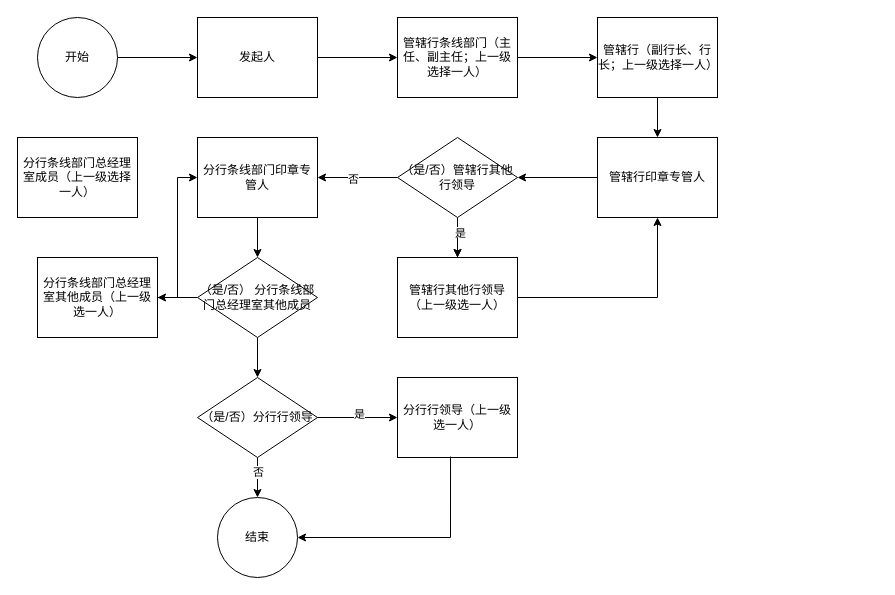
Above: 网点行发起.drawio in ILdove/Hawk-Fast-Work (draw.io), before the change. Source tidied: cells renumbered, new cells numbered last; positions are measured from the earlier drawing's top-left corner, leaving out a move shared by most shapes. Both pictures are drawn from the tidied source at 100%, with x=0, y=0 at pixel (17, 17).
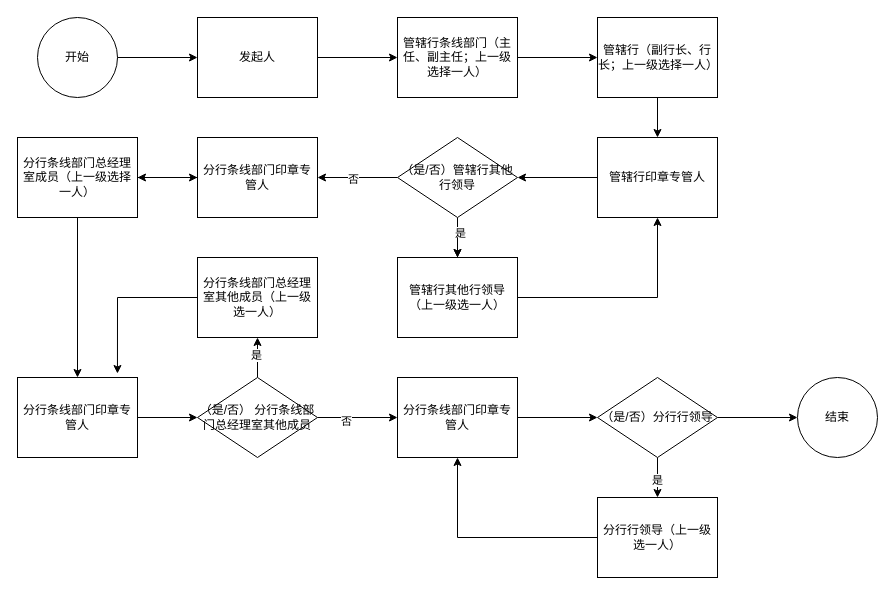
The same page after the edit.

Commit message:
更新网点行发起.drawio

The change refers to these unchanged cells:
```xml
<mxCell id="21" value="&lt;p class=&quot;MsoNormal&quot;&gt;&lt;font face=&quot;宋体&quot;&gt;分行条线部门印章专管人&lt;/font&gt;&lt;/p&gt;" style="rounded=0;whiteSpace=wrap;html=1;" parent="1" vertex="1">
  <mxGeometry x="180" y="120" width="120" height="80" as="geometry" />
</mxCell>
<mxCell id="29" value="&lt;p class=&quot;MsoNormal&quot;&gt;分行条线部门总经理室成员（上一级选择一人）&lt;br&gt;&lt;/p&gt;" style="rounded=0;whiteSpace=wrap;html=1;" parent="1" vertex="1">
  <mxGeometry y="120" width="120" height="80" as="geometry" />
</mxCell>
```

Change to the diagram source:
```diff
@@
-    <mxCell id="20" style="edgeStyle=orthogonalEdgeStyle;rounded=0;jettySize=auto;html=1;entryX=0.5;entryY=0;entryDx=0;entryDy=0;" parent="1" edge="1" source="21" target="24">
-      <mxGeometry relative="1" as="geometry" />
-    </mxCell>
+    <mxCell id="36" style="edgeStyle=orthogonalEdgeStyle;rounded=0;jettySize=auto;html=1;entryX=1;entryY=0.5;entryDx=0;entryDy=0;" parent="1" edge="1" source="21" target="29">
+      <mxGeometry relative="1" as="geometry">
+        <Array as="points">
+          <mxPoint x="140" y="160" />
+          <mxPoint x="140" y="160" />
+        </Array>
+      </mxGeometry>
+    </mxCell>
@@
+    <mxCell id="37" style="edgeStyle=orthogonalEdgeStyle;rounded=0;jettySize=auto;html=1;entryX=0;entryY=0.5;entryDx=0;entryDy=0;" parent="1" edge="1" source="24" target="47">
+      <mxGeometry relative="1" as="geometry" />
+    </mxCell>
+    <mxCell id="33" value="否" style="edgeLabel;html=1;align=center;verticalAlign=middle;" parent="37" vertex="1">
+      <mxGeometry x="-0.3" y="-3" relative="1" as="geometry" />
+    </mxCell>
-    <mxCell id="22" style="edgeStyle=orthogonalEdgeStyle;rounded=0;jettySize=auto;html=1;" parent="1" edge="1" source="24" target="26">
+    <mxCell id="22" style="edgeStyle=orthogonalEdgeStyle;rounded=0;jettySize=auto;html=1;entryX=0.5;entryY=1;entryDx=0;entryDy=0;" parent="1" edge="1" source="24" target="26">
       <mxGeometry relative="1" as="geometry" />
     </mxCell>
-    <mxCell id="23" style="edgeStyle=orthogonalEdgeStyle;rounded=0;jettySize=auto;html=1;entryX=0.5;entryY=0;entryDx=0;entryDy=0;" parent="1" edge="1" source="24" target="34">
-      <mxGeometry relative="1" as="geometry" />
-    </mxCell>
+    <mxCell id="38" value="是" style="edgeLabel;html=1;align=center;verticalAlign=middle;" parent="22" vertex="1">
+      <mxGeometry x="0.15" y="2" relative="1" as="geometry" />
+    </mxCell>
     <mxCell id="24" value="&lt;p class=&quot;MsoNormal&quot;&gt;&lt;font face=&quot;宋体&quot;&gt;（是&lt;/font&gt;&lt;font face=&quot;宋体&quot;&gt;/否） 分行条线部门总经理室其他成员&lt;/font&gt;&lt;/p&gt;" style="rhombus;whiteSpace=wrap;html=1;" parent="1" vertex="1">
-      <mxGeometry x="180" y="240" width="120" height="80" as="geometry" />
+      <mxGeometry x="180" y="360" width="120" height="80" as="geometry" />
     </mxCell>
-    <mxCell id="25" style="edgeStyle=orthogonalEdgeStyle;rounded=0;jettySize=auto;html=1;entryX=0;entryY=0.5;entryDx=0;entryDy=0;" parent="1" edge="1" source="26" target="21">
-      <mxGeometry relative="1" as="geometry" />
-    </mxCell>
     <mxCell id="26" value="&lt;p class=&quot;MsoNormal&quot;&gt;分行条线部门总经理室其他成员（上一级选一人）&lt;/p&gt;" style="rounded=0;whiteSpace=wrap;html=1;" parent="1" vertex="1">
-      <mxGeometry x="20" y="240" width="120" height="80" as="geometry" />
+      <mxGeometry x="180" y="240" width="120" height="80" as="geometry" />
     </mxCell>
+    <mxCell id="39" style="edgeStyle=orthogonalEdgeStyle;rounded=0;jettySize=auto;html=1;entryX=0.5;entryY=1;entryDx=0;entryDy=0;" parent="1" edge="1" source="27" target="47">
+      <mxGeometry relative="1" as="geometry" />
+    </mxCell>
     <mxCell id="27" value="分行行领导（上一级选一人）" style="rounded=0;whiteSpace=wrap;html=1;" parent="1" vertex="1">
-      <mxGeometry x="380" y="360" width="120" height="80" as="geometry" />
+      <mxGeometry x="580" y="480" width="120" height="80" as="geometry" />
     </mxCell>
     <mxCell id="28" value="结束" style="ellipse;whiteSpace=wrap;html=1;" parent="1" vertex="1">
-      <mxGeometry x="200" y="480" width="80" height="80" as="geometry" />
+      <mxGeometry x="780" y="360" width="80" height="80" as="geometry" />
     </mxCell>
+    <mxCell id="40" style="edgeStyle=orthogonalEdgeStyle;rounded=0;jettySize=auto;html=1;exitX=1;exitY=0.5;exitDx=0;exitDy=0;" parent="1" edge="1" source="29">
+      <mxGeometry relative="1" as="geometry">
+        <mxPoint x="180" y="160" as="targetPoint" />
+      </mxGeometry>
+    </mxCell>
+    <mxCell id="41" style="edgeStyle=orthogonalEdgeStyle;rounded=0;jettySize=auto;html=1;entryX=0.5;entryY=0;entryDx=0;entryDy=0;" parent="1" edge="1" source="29" target="44">
+      <mxGeometry relative="1" as="geometry" />
+    </mxCell>
@@
+    <mxCell id="32" style="edgeStyle=orthogonalEdgeStyle;rounded=0;jettySize=auto;html=1;entryX=0;entryY=0.5;entryDx=0;entryDy=0;" parent="1" edge="1" source="34" target="28">
+      <mxGeometry relative="1" as="geometry" />
+    </mxCell>
-    <mxCell id="30" style="edgeStyle=orthogonalEdgeStyle;rounded=0;jettySize=auto;html=1;entryX=0;entryY=0.5;entryDx=0;entryDy=0;" parent="1" edge="1" source="34" target="27">
+    <mxCell id="30" style="edgeStyle=orthogonalEdgeStyle;rounded=0;jettySize=auto;html=1;entryX=0.5;entryY=0;entryDx=0;entryDy=0;" parent="1" edge="1" source="34" target="27">
       <mxGeometry relative="1" as="geometry" />
     </mxCell>
-    <mxCell id="31" value="是" style="edgeLabel;html=1;align=center;verticalAlign=middle;" parent="30" vertex="1">
-      <mxGeometry x="0.03" y="4" relative="1" as="geometry" />
-    </mxCell>
-    <mxCell id="32" style="edgeStyle=orthogonalEdgeStyle;rounded=0;jettySize=auto;html=1;entryX=0.5;entryY=0;entryDx=0;entryDy=0;" parent="1" edge="1" source="34" target="28">
-      <mxGeometry relative="1" as="geometry" />
-    </mxCell>
-    <mxCell id="33" value="否" style="edgeLabel;html=1;align=center;verticalAlign=middle;" parent="32" vertex="1">
-      <mxGeometry x="-0.3" relative="1" as="geometry" />
-    </mxCell>
+    <mxCell id="42" value="是" style="edgeLabel;html=1;align=center;verticalAlign=middle;" parent="30" vertex="1">
+      <mxGeometry x="0.1" y="-1" relative="1" as="geometry" />
+    </mxCell>
     <mxCell id="34" value="&lt;p class=&quot;MsoNormal&quot;&gt;&lt;font face=&quot;宋体&quot;&gt;（是&lt;/font&gt;&lt;font face=&quot;宋体&quot;&gt;/否）分行行领导&lt;/font&gt;&lt;/p&gt;" style="rhombus;whiteSpace=wrap;html=1;" parent="1" vertex="1">
-      <mxGeometry x="180" y="360" width="120" height="80" as="geometry" />
+      <mxGeometry x="580" y="360" width="120" height="80" as="geometry" />
     </mxCell>
-    <mxCell id="35" style="endArrow=classic;html=1;rounded=0;entryX=1;entryY=0.5;entryDx=0;entryDy=0;exitX=0.442;exitY=0.988;exitDx=0;exitDy=0;exitPerimeter=0;" parent="1" edge="1" source="27" target="28">
-      <mxGeometry relative="1" as="geometry">
-        <Array as="points">
-          <mxPoint x="433" y="520" />
-        </Array>
-      </mxGeometry>
-    </mxCell>
+    <mxCell id="43" style="edgeStyle=orthogonalEdgeStyle;rounded=0;jettySize=auto;html=1;" parent="1" edge="1" source="44" target="24">
+      <mxGeometry relative="1" as="geometry" />
+    </mxCell>
+    <mxCell id="44" value="&lt;p class=&quot;MsoNormal&quot;&gt;&lt;font face=&quot;宋体&quot;&gt;分行条线部门印章专管人&lt;/font&gt;&lt;/p&gt;" style="rounded=0;whiteSpace=wrap;html=1;" parent="1" vertex="1">
+      <mxGeometry y="360" width="120" height="80" as="geometry" />
+    </mxCell>
+    <mxCell id="45" style="edgeStyle=orthogonalEdgeStyle;rounded=0;jettySize=auto;html=1;entryX=0.833;entryY=-0.05;entryDx=0;entryDy=0;entryPerimeter=0;" parent="1" edge="1" source="26" target="44">
+      <mxGeometry relative="1" as="geometry" />
+    </mxCell>
+    <mxCell id="46" style="edgeStyle=orthogonalEdgeStyle;rounded=0;jettySize=auto;html=1;entryX=0;entryY=0.5;entryDx=0;entryDy=0;" parent="1" edge="1" source="47" target="34">
+      <mxGeometry relative="1" as="geometry" />
+    </mxCell>
+    <mxCell id="47" value="&lt;p class=&quot;MsoNormal&quot;&gt;&lt;font face=&quot;宋体&quot;&gt;分行条线部门印章专管人&lt;/font&gt;&lt;/p&gt;" style="rounded=0;whiteSpace=wrap;html=1;" parent="1" vertex="1">
+      <mxGeometry x="380" y="360" width="120" height="80" as="geometry" />
+    </mxCell>
```
